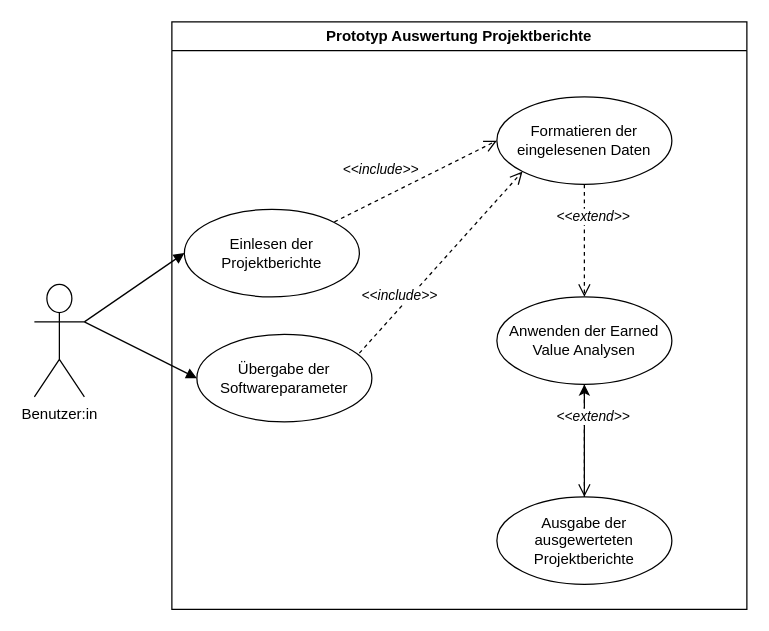
This is Use_Case_Diagramm.drawio from INKSec/Diagramme, a draw.io file, before an edit. Source tidied: cells renumbered, new cells numbered last; positions are measured from the earlier drawing's top-left corner, leaving out a move shared by most shapes. Both pictures are drawn from the tidied source at 125%, with x=0, y=0 at pixel (34, 21).
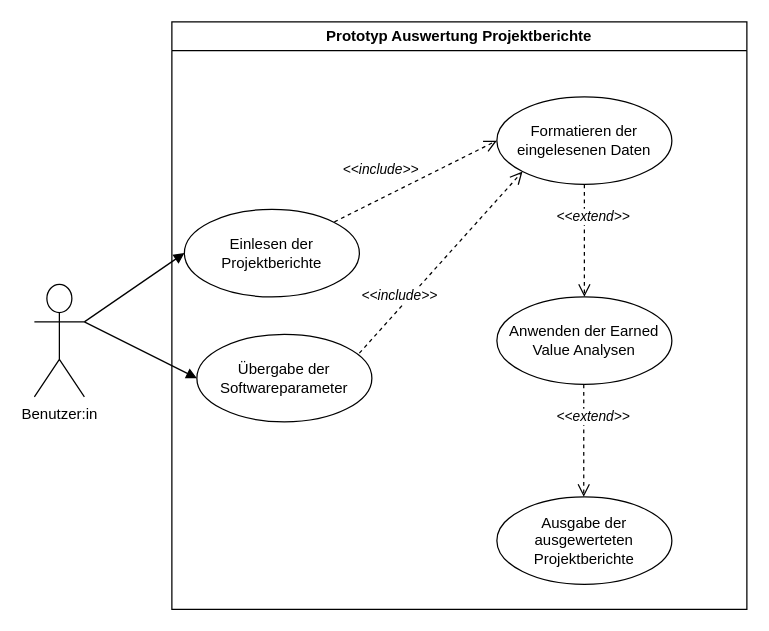
Above is the later version.

The edit, as a diff of the source:
```diff
@@
 <mxGraphModel>
   <root>
     <mxCell id="0" />
     <mxCell id="1" parent="0" />
     <mxCell id="2" value="Benutzer:in" style="shape=umlActor;verticalLabelPosition=bottom;verticalAlign=top;html=1;" parent="1" vertex="1">
       <mxGeometry y="210" width="40" height="90" as="geometry" />
     </mxCell>
     <mxCell id="3" value="Prototyp Auswertung Projektberichte" style="swimlane;whiteSpace=wrap;" parent="1" vertex="1">
       <mxGeometry x="110" width="460" height="470" as="geometry" />
     </mxCell>
     <mxCell id="4" value="Übergabe der Softwareparameter" style="ellipse;whiteSpace=wrap;html=1;" parent="3" vertex="1">
       <mxGeometry x="20" y="250" width="140" height="70" as="geometry" />
     </mxCell>
     <mxCell id="5" value="Einlesen der Projektberichte" style="ellipse;whiteSpace=wrap;html=1;" parent="3" vertex="1">
       <mxGeometry x="10" y="150" width="140" height="70" as="geometry" />
     </mxCell>
-    <mxCell id="6" style="edgeStyle=orthogonalEdgeStyle;rounded=0;jettySize=auto;html=1;" parent="3" edge="1" source="7" target="8">
-      <mxGeometry relative="1" as="geometry" />
-    </mxCell>
     <mxCell id="7" value="Ausgabe der ausgewerteten Projektberichte" style="ellipse;whiteSpace=wrap;html=1;" parent="3" vertex="1">
       <mxGeometry x="260" y="380" width="140" height="70" as="geometry" />
     </mxCell>
     <mxCell id="8" value="Anwenden der Earned Value Analysen" style="ellipse;whiteSpace=wrap;html=1;" parent="3" vertex="1">
       <mxGeometry x="260" y="220" width="140" height="70" as="geometry" />
     </mxCell>
     <mxCell id="9" value="Formatieren der eingelesenen Daten" style="ellipse;whiteSpace=wrap;html=1;" parent="3" vertex="1">
       <mxGeometry x="260" y="60" width="140" height="70" as="geometry" />
     </mxCell>
     <mxCell id="10" value="&amp;lt;&amp;lt;include&amp;gt;&amp;gt;" style="html=1;verticalAlign=middle;endArrow=open;dashed=1;endSize=8;curved=0;rounded=0;entryX=0;entryY=0.5;entryDx=0;entryDy=0;labelPosition=center;verticalLabelPosition=middle;align=center;fontStyle=2;textDirection=ltr;" parent="3" edge="1" target="9">
       <mxGeometry x="-0.29" y="21" relative="1" as="geometry">
         <mxPoint x="130" y="160" as="sourcePoint" />
       </mxGeometry>
     </mxCell>
     <mxCell id="11" value="&amp;lt;&amp;lt;include&amp;gt;&amp;gt;" style="html=1;verticalAlign=middle;endArrow=open;dashed=1;endSize=8;curved=0;rounded=0;entryX=0;entryY=1;entryDx=0;entryDy=0;labelPosition=center;verticalLabelPosition=middle;align=center;fontStyle=2;textDirection=ltr;" parent="3" edge="1" target="9">
       <mxGeometry x="-0.43" y="7" relative="1" as="geometry">
         <mxPoint x="150" y="265" as="sourcePoint" />
       </mxGeometry>
     </mxCell>
-    <mxCell id="12" value="&amp;lt;&amp;lt;extend&amp;gt;&amp;gt;" style="html=1;verticalAlign=middle;endArrow=open;dashed=1;endSize=8;curved=0;rounded=0;entryX=0.5;entryY=0;entryDx=0;entryDy=0;labelPosition=center;verticalLabelPosition=middle;align=center;fontStyle=2;textDirection=ltr;exitX=0.5;exitY=1;exitDx=0;exitDy=0;" parent="3" edge="1" source="8" target="7">
-      <mxGeometry x="-0.43" y="7" relative="1" as="geometry" />
+    <mxCell id="12" value="&amp;lt;&amp;lt;extend&amp;gt;&amp;gt;" style="html=1;verticalAlign=middle;endArrow=open;dashed=1;endSize=8;curved=0;rounded=0;entryX=0.5;entryY=0;entryDx=0;entryDy=0;labelPosition=center;verticalLabelPosition=middle;align=center;fontStyle=2;textDirection=ltr;exitX=0.5;exitY=1;exitDx=0;exitDy=0;" parent="3" edge="1">
+      <mxGeometry x="-0.43" y="7" relative="1" as="geometry">
+        <mxPoint x="329.5" y="290" as="sourcePoint" />
+        <mxPoint x="329.5" y="380" as="targetPoint" />
+      </mxGeometry>
     </mxCell>
     <mxCell id="13" value="&amp;lt;&amp;lt;extend&amp;gt;&amp;gt;" style="html=1;verticalAlign=middle;endArrow=open;dashed=1;endSize=8;curved=0;rounded=0;entryX=0.5;entryY=0;entryDx=0;entryDy=0;labelPosition=center;verticalLabelPosition=middle;align=center;fontStyle=2;textDirection=ltr;exitX=0.5;exitY=1;exitDx=0;exitDy=0;" parent="3" edge="1" source="9" target="8">
       <mxGeometry x="-0.43" y="7" relative="1" as="geometry" />
     </mxCell>
     <mxCell id="14" style="html=1;verticalAlign=bottom;endArrow=block;curved=0;rounded=0;exitX=1;exitY=0.3333333333333333;exitDx=0;exitDy=0;exitPerimeter=0;entryX=0;entryY=0.5;entryDx=0;entryDy=0;" parent="1" edge="1" source="2" target="4">
       <mxGeometry relative="1" as="geometry" />
     </mxCell>
     <mxCell id="15" style="html=1;verticalAlign=bottom;endArrow=block;curved=0;rounded=0;entryX=0;entryY=0.5;entryDx=0;entryDy=0;exitX=1;exitY=0.3333333333333333;exitDx=0;exitDy=0;exitPerimeter=0;" parent="1" edge="1" source="2" target="5">
       <mxGeometry relative="1" as="geometry" />
     </mxCell>
   </root>
 </mxGraphModel>
```
